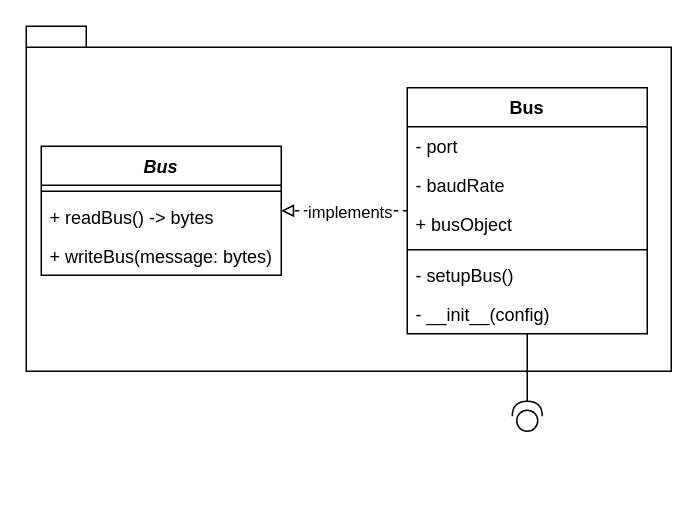
Earlier version of the draw.io diagram BusTransactions/Buses/Architecture/Buses.drawio (Uhgtred/Car_Infotainment_System). Source tidied: cells renumbered, new cells numbered last; positions are measured from the earlier drawing's top-left corner, leaving out a move shared by most shapes. Both pictures are drawn from the tidied source at 150%, with x=0, y=0 at pixel (26, 26).
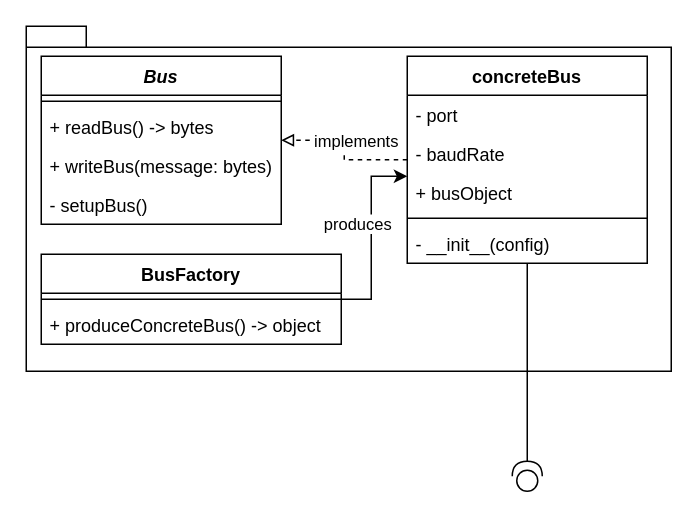
Above is the later version.

The edit, as a diff of the source:
```diff
@@
     <mxCell id="3" value="Bus" style="swimlane;fontStyle=3;align=center;verticalAlign=top;horizontal=1;startSize=26;" parent="1" vertex="1">
-      <mxGeometry x="10" y="80" width="160" height="86" as="geometry" />
+      <mxGeometry x="10" y="20" width="160" height="112" as="geometry" />
     </mxCell>
@@
+    <mxCell id="14" value="- setupBus()" style="text;strokeColor=none;fillColor=none;align=left;verticalAlign=top;spacingLeft=4;spacingRight=4;overflow=hidden;" parent="3" vertex="1">
+      <mxGeometry y="86" width="160" height="26" as="geometry" />
+    </mxCell>
@@
-    <mxCell id="9" value="Bus" style="swimlane;fontStyle=1;align=center;verticalAlign=top;horizontal=1;startSize=26;" parent="1" vertex="1">
-      <mxGeometry x="254" y="41" width="160" height="164" as="geometry" />
+    <mxCell id="9" value="concreteBus" style="swimlane;fontStyle=1;align=center;verticalAlign=top;horizontal=1;startSize=26;" parent="1" vertex="1">
+      <mxGeometry x="254" y="20" width="160" height="138" as="geometry" />
     </mxCell>
@@
-    <mxCell id="14" value="- setupBus()" style="text;strokeColor=none;fillColor=none;align=left;verticalAlign=top;spacingLeft=4;spacingRight=4;overflow=hidden;" parent="9" vertex="1">
-      <mxGeometry y="112" width="160" height="26" as="geometry" />
-    </mxCell>
     <mxCell id="15" value="- __init__(config)" style="text;strokeColor=none;fillColor=none;align=left;verticalAlign=top;spacingLeft=4;spacingRight=4;overflow=hidden;" parent="9" vertex="1">
-      <mxGeometry y="138" width="160" height="26" as="geometry" />
+      <mxGeometry y="112" width="160" height="26" as="geometry" />
     </mxCell>
@@
     <mxCell id="17" style="shape=providedRequiredInterface;html=1;verticalLabelPosition=bottom;sketch=0;rotation=-90;" parent="1" vertex="1">
-      <mxGeometry x="324" y="250" width="20" height="20" as="geometry" />
+      <mxGeometry x="324" y="290" width="20" height="20" as="geometry" />
     </mxCell>
+    <mxCell id="18" style="edgeStyle=orthogonalEdgeStyle;rounded=0;jettySize=auto;html=1;" parent="1" edge="1" source="20" target="9">
+      <mxGeometry relative="1" as="geometry">
+        <Array as="points">
+          <mxPoint x="230" y="182" />
+          <mxPoint x="230" y="100" />
+        </Array>
+      </mxGeometry>
+    </mxCell>
+    <mxCell id="19" value="produces" style="edgeLabel;html=1;align=center;verticalAlign=middle;" parent="18" vertex="1">
+      <mxGeometry x="-0.15" relative="1" as="geometry">
+        <mxPoint x="-10" y="-17" as="offset" />
+      </mxGeometry>
+    </mxCell>
+    <mxCell id="20" value="BusFactory" style="swimlane;fontStyle=1;align=center;verticalAlign=top;horizontal=1;startSize=26;" parent="1" vertex="1">
+      <mxGeometry x="10" y="152" width="200" height="60" as="geometry" />
+    </mxCell>
+    <mxCell id="21" style="line;strokeWidth=1;fillColor=none;align=left;verticalAlign=middle;spacingTop=-1;spacingLeft=3;spacingRight=3;labelPosition=right;strokeColor=inherit;" parent="20" vertex="1">
+      <mxGeometry y="26" width="200" height="8" as="geometry" />
+    </mxCell>
+    <mxCell id="22" value="+ produceConcreteBus() -&gt; object" style="text;strokeColor=none;fillColor=none;align=left;verticalAlign=top;spacingLeft=4;spacingRight=4;overflow=hidden;" parent="20" vertex="1">
+      <mxGeometry y="34" width="200" height="26" as="geometry" />
+    </mxCell>
```
